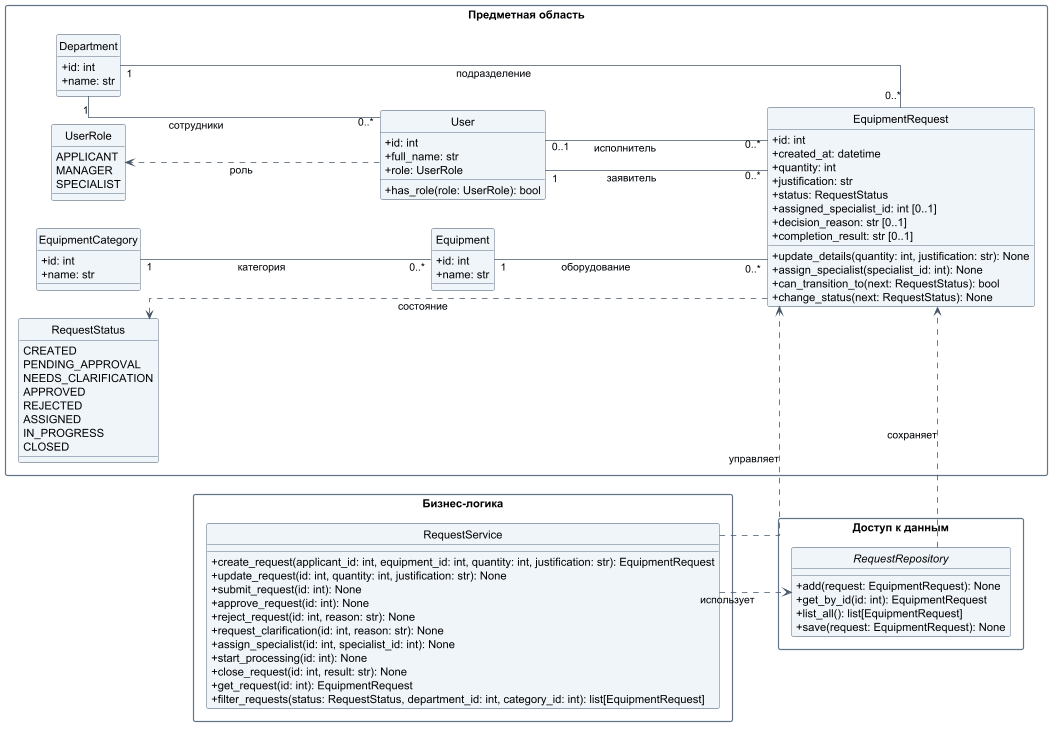
Before: docs/diagrams/class/class.png, a diagram exported from PlantUML (lgtsnck/piaps-equipment-requests).
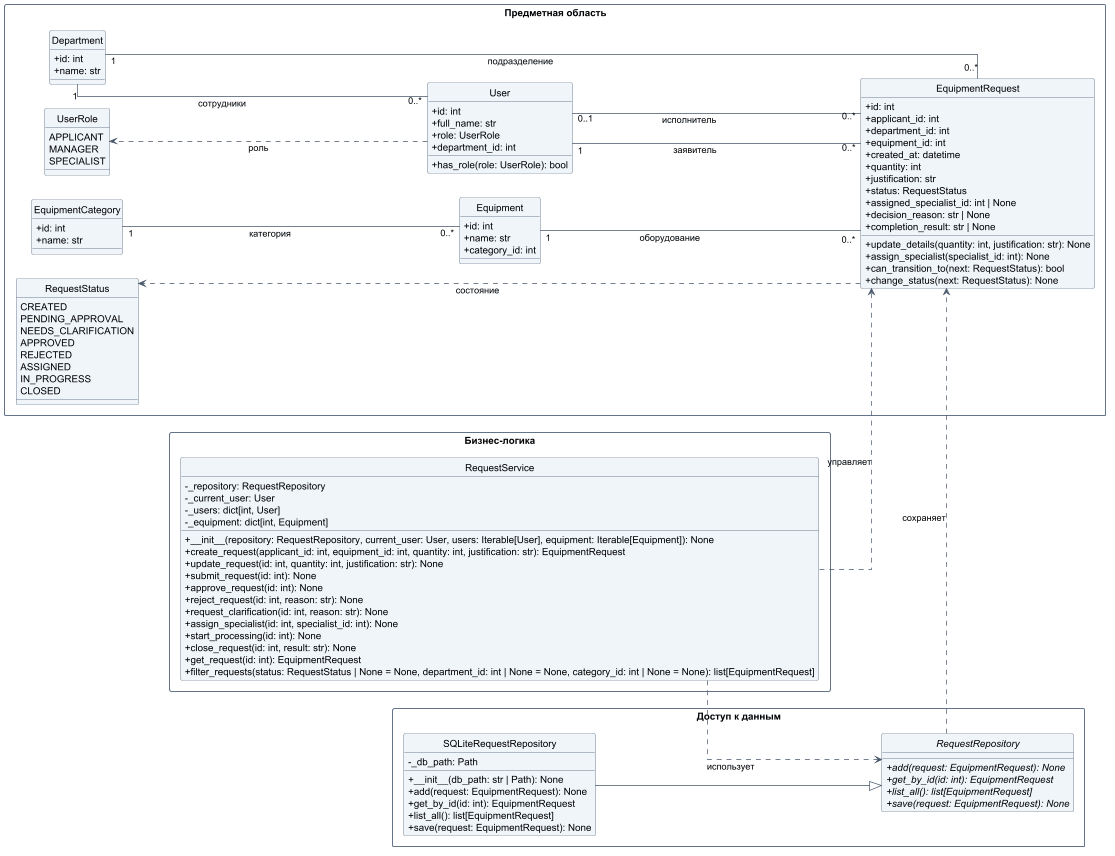
After the commit.

Commit message:
Docs — align requirements and UML models with implementation

Change to the diagram source:
```diff
@@ -23,6 +23,7 @@
         +id: int
         +full_name: str
         +role: UserRole
+        +department_id: int
         +has_role(role: UserRole): bool
     }
 
@@ -40,17 +41,21 @@
     class Equipment {
         +id: int
         +name: str
+        +category_id: int
     }
 
     class EquipmentRequest {
         +id: int
+        +applicant_id: int
+        +department_id: int
+        +equipment_id: int
         +created_at: datetime
         +quantity: int
         +justification: str
         +status: RequestStatus
-        +assigned_specialist_id: int [0..1]
-        +decision_reason: str [0..1]
-        +completion_result: str [0..1]
+        +assigned_specialist_id: int | None
+        +decision_reason: str | None
+        +completion_result: str | None
         +update_details(quantity: int, justification: str): None
         +assign_specialist(specialist_id: int): None
         +can_transition_to(next: RequestStatus): bool
@@ -71,6 +76,11 @@
 
 package "Бизнес-логика" {
     class RequestService {
+        -_repository: RequestRepository
+        -_current_user: User
+        -_users: dict[int, User]
+        -_equipment: dict[int, Equipment]
+        +__init__(repository: RequestRepository, current_user: User, users: Iterable[User], equipment: Iterable[Equipment]): None
         +create_request(applicant_id: int, equipment_id: int, quantity: int, justification: str): EquipmentRequest
         +update_request(id: int, quantity: int, justification: str): None
         +submit_request(id: int): None
@@ -81,12 +91,21 @@
         +start_processing(id: int): None
         +close_request(id: int, result: str): None
         +get_request(id: int): EquipmentRequest
-        +filter_requests(status: RequestStatus, department_id: int, category_id: int): list[EquipmentRequest]
+        +filter_requests(status: RequestStatus | None = None, department_id: int | None = None, category_id: int | None = None): list[EquipmentRequest]
     }
 }
 
 package "Доступ к данным" {
-    interface RequestRepository {
+    abstract class RequestRepository {
+        {abstract} +add(request: EquipmentRequest): None
+        {abstract} +get_by_id(id: int): EquipmentRequest
+        {abstract} +list_all(): list[EquipmentRequest]
+        {abstract} +save(request: EquipmentRequest): None
+    }
+
+    class SQLiteRequestRepository {
+        -_db_path: Path
+        +__init__(db_path: str | Path): None
         +add(request: EquipmentRequest): None
         +get_by_id(id: int): EquipmentRequest
         +list_all(): list[EquipmentRequest]
@@ -110,4 +129,6 @@
 RequestService ..> EquipmentRequest : управляет
 RequestRepository ..> EquipmentRequest : сохраняет
 
+SQLiteRequestRepository --|> RequestRepository
+
 @enduml
```
